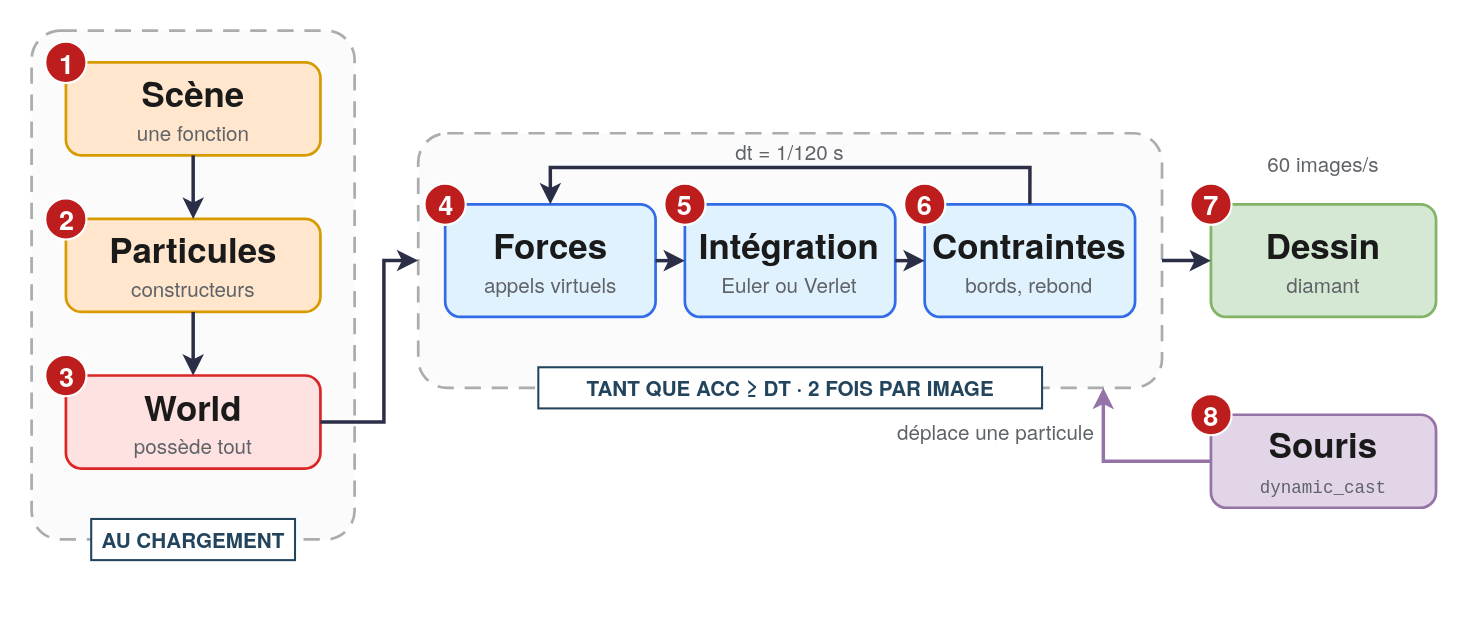
This is assets/presentation/schemas/parcours.drawio from Audr1c/POOProject, a draw.io file, before an edit. Source tidied: cells renumbered, new cells numbered last; positions are measured from the earlier drawing's top-left corner, leaving out a move shared by most shapes. Both pictures are drawn from the tidied source at 129%, with x=0, y=0 at pixel (31, 30).
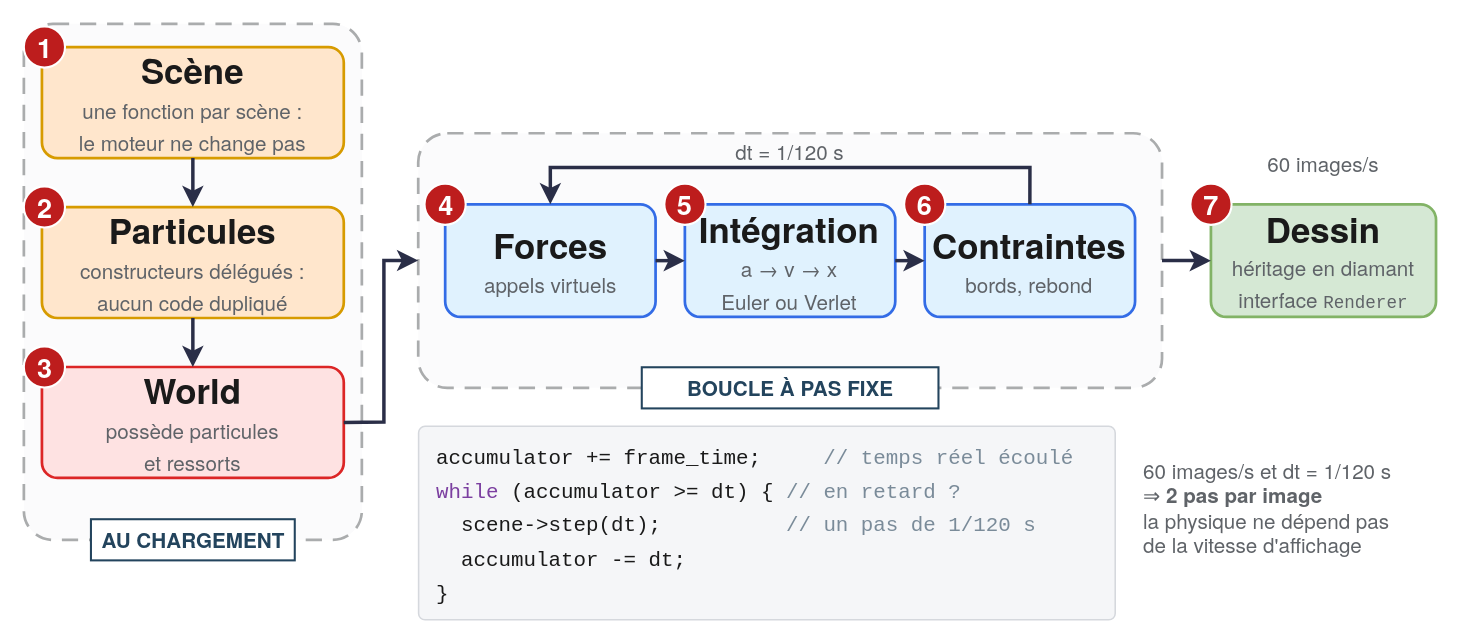
The same diagram, later.

The change refers to these unchanged cells:
```xml
<mxCell id="12" style="rounded=1;absoluteArcSize=1;arcSize=45;html=1;fillColor=#FBFBFC;strokeColor=#AAACAD;strokeWidth=2.1;dashed=1;dashPattern=6 4;" parent="1" vertex="1">
  <mxGeometry x="299.7" y="79.8" width="576.6" height="197.3" as="geometry" />
</mxCell>
```

What changed in the source:
```diff
@@
     <mxCell id="2" style="rounded=1;absoluteArcSize=1;arcSize=45;html=1;fillColor=#FBFBFC;strokeColor=#AAACAD;strokeWidth=2.1;dashed=1;dashPattern=6 4;" parent="1" vertex="1">
-      <mxGeometry y="0.2" width="250.4" height="394.5" as="geometry" />
+      <mxGeometry x="-6" y="-5" width="262" height="400" as="geometry" />
     </mxCell>
     <mxCell id="3" value="AU CHARGEMENT" style="rounded=0;html=1;fillColor=#FFFFFF;strokeColor=#23445D;strokeWidth=1.6;fontFamily=TeX Gyre Heros,Helvetica,Arial;fontSize=16;fontStyle=1;fontColor=#23445D;" parent="1" vertex="1">
-      <mxGeometry x="46.2" y="378.8" width="158" height="31.9" as="geometry" />
+      <mxGeometry x="46" y="379" width="158" height="31.9" as="geometry" />
     </mxCell>
-    <mxCell id="4" value="&lt;b&gt;&lt;span style=&quot;font-size:27px&quot;&gt;Scène&lt;/span&gt;&lt;/b&gt;&lt;br&gt;&lt;span style=&quot;font-size:16px;color:#5F6368&quot;&gt;une fonction&lt;/span&gt;" style="rounded=1;absoluteArcSize=1;arcSize=24;whiteSpace=wrap;html=1;fillColor=#FFE6CC;strokeColor=#D79B00;strokeWidth=2.1;fontFamily=TeX Gyre Heros,Helvetica,Arial;fontSize=21;fontColor=#1A1A1A;align=center;verticalAlign=middle;spacingLeft=6;spacingRight=6;" parent="1" vertex="1">
-      <mxGeometry x="26.6" y="24.8" width="197.3" height="72.1" as="geometry" />
+    <mxCell id="4" value="&lt;b&gt;&lt;span style=&quot;font-size:27px&quot;&gt;Scène&lt;/span&gt;&lt;/b&gt;&lt;br&gt;&lt;span style=&quot;font-size:16px;color:#5F6368&quot;&gt;une fonction par scène :&lt;br&gt;le moteur ne change pas&lt;/span&gt;" style="rounded=1;absoluteArcSize=1;arcSize=24;whiteSpace=wrap;html=1;fillColor=#FFE6CC;strokeColor=#D79B00;strokeWidth=2.1;fontFamily=TeX Gyre Heros,Helvetica,Arial;fontSize=21;fontColor=#1A1A1A;align=center;verticalAlign=middle;spacingLeft=6;spacingRight=6;" parent="1" vertex="1">
+      <mxGeometry x="8" y="13" width="234" height="86" as="geometry" />
     </mxCell>
     <mxCell id="5" value="1" style="ellipse;html=1;fillColor=#BD1D1D;strokeColor=#FFFFFF;strokeWidth=1.6;fontColor=#FFFFFF;fontFamily=TeX Gyre Heros,Helvetica,Arial;fontSize=21;fontStyle=1;" parent="1" vertex="1">
-      <mxGeometry x="10.6" y="8.9" width="31.9" height="31.9" as="geometry" />
+      <mxGeometry x="-6" y="-3" width="31.9" height="31.9" as="geometry" />
     </mxCell>
-    <mxCell id="6" value="&lt;b&gt;&lt;span style=&quot;font-size:27px&quot;&gt;Particules&lt;/span&gt;&lt;/b&gt;&lt;br&gt;&lt;span style=&quot;font-size:16px;color:#5F6368&quot;&gt;constructeurs&lt;/span&gt;" style="rounded=1;absoluteArcSize=1;arcSize=24;whiteSpace=wrap;html=1;fillColor=#FFE6CC;strokeColor=#D79B00;strokeWidth=2.1;fontFamily=TeX Gyre Heros,Helvetica,Arial;fontSize=21;fontColor=#1A1A1A;align=center;verticalAlign=middle;spacingLeft=6;spacingRight=6;" parent="1" vertex="1">
-      <mxGeometry x="26.6" y="146.2" width="197.3" height="72.1" as="geometry" />
+    <mxCell id="6" value="&lt;b&gt;&lt;span style=&quot;font-size:27px&quot;&gt;Particules&lt;/span&gt;&lt;/b&gt;&lt;br&gt;&lt;span style=&quot;font-size:16px;color:#5F6368&quot;&gt;constructeurs délégués :&lt;br&gt;aucun code dupliqué&lt;/span&gt;" style="rounded=1;absoluteArcSize=1;arcSize=24;whiteSpace=wrap;html=1;fillColor=#FFE6CC;strokeColor=#D79B00;strokeWidth=2.1;fontFamily=TeX Gyre Heros,Helvetica,Arial;fontSize=21;fontColor=#1A1A1A;align=center;verticalAlign=middle;spacingLeft=6;spacingRight=6;" parent="1" vertex="1">
+      <mxGeometry x="8" y="137" width="234" height="86" as="geometry" />
     </mxCell>
     <mxCell id="7" value="2" style="ellipse;html=1;fillColor=#BD1D1D;strokeColor=#FFFFFF;strokeWidth=1.6;fontColor=#FFFFFF;fontFamily=TeX Gyre Heros,Helvetica,Arial;fontSize=21;fontStyle=1;" parent="1" vertex="1">
-      <mxGeometry x="10.6" y="130.3" width="31.9" height="31.9" as="geometry" />
+      <mxGeometry x="-6" y="121" width="31.9" height="31.9" as="geometry" />
     </mxCell>
-    <mxCell id="8" value="&lt;b&gt;&lt;span style=&quot;font-size:27px&quot;&gt;World&lt;/span&gt;&lt;/b&gt;&lt;br&gt;&lt;span style=&quot;font-size:16px;color:#5F6368&quot;&gt;possède tout&lt;/span&gt;" style="rounded=1;absoluteArcSize=1;arcSize=24;whiteSpace=wrap;html=1;fillColor=#FEE2E2;strokeColor=#DC2626;strokeWidth=2.1;fontFamily=TeX Gyre Heros,Helvetica,Arial;fontSize=21;fontColor=#1A1A1A;align=center;verticalAlign=middle;spacingLeft=6;spacingRight=6;" parent="1" vertex="1">
-      <mxGeometry x="26.6" y="267.6" width="197.3" height="72.1" as="geometry" />
+    <mxCell id="8" value="&lt;b&gt;&lt;span style=&quot;font-size:27px&quot;&gt;World&lt;/span&gt;&lt;/b&gt;&lt;br&gt;&lt;span style=&quot;font-size:16px;color:#5F6368&quot;&gt;possède particules&lt;br&gt;et ressorts&lt;/span&gt;" style="rounded=1;absoluteArcSize=1;arcSize=24;whiteSpace=wrap;html=1;fillColor=#FEE2E2;strokeColor=#DC2626;strokeWidth=2.1;fontFamily=TeX Gyre Heros,Helvetica,Arial;fontSize=21;fontColor=#1A1A1A;align=center;verticalAlign=middle;spacingLeft=6;spacingRight=6;" parent="1" vertex="1">
+      <mxGeometry x="8" y="261" width="234" height="86" as="geometry" />
     </mxCell>
     <mxCell id="9" value="3" style="ellipse;html=1;fillColor=#BD1D1D;strokeColor=#FFFFFF;strokeWidth=1.6;fontColor=#FFFFFF;fontFamily=TeX Gyre Heros,Helvetica,Arial;fontSize=21;fontStyle=1;" parent="1" vertex="1">
-      <mxGeometry x="10.6" y="251.7" width="31.9" height="31.9" as="geometry" />
+      <mxGeometry x="-6" y="245" width="31.9" height="31.9" as="geometry" />
     </mxCell>
@@
-    <mxCell id="13" value="TANT QUE ACC ≥ DT · 2 FOIS PAR IMAGE" style="rounded=0;html=1;fillColor=#FFFFFF;strokeColor=#23445D;strokeWidth=1.6;fontFamily=TeX Gyre Heros,Helvetica,Arial;fontSize=16;fontStyle=1;fontColor=#23445D;" parent="1" vertex="1">
-      <mxGeometry x="392.8" y="261.2" width="390.5" height="31.9" as="geometry" />
+    <mxCell id="13" value="BOUCLE À PAS FIXE" style="rounded=0;html=1;fillColor=#FFFFFF;strokeColor=#23445D;strokeWidth=1.6;fontFamily=TeX Gyre Heros,Helvetica,Arial;fontSize=16;fontStyle=1;fontColor=#23445D;" parent="1" vertex="1">
+      <mxGeometry x="473" y="261.2" width="230" height="31.9" as="geometry" />
     </mxCell>
@@
-    <mxCell id="16" value="&lt;b&gt;&lt;span style=&quot;font-size:27px&quot;&gt;Intégration&lt;/span&gt;&lt;/b&gt;&lt;br&gt;&lt;span style=&quot;font-size:16px;color:#5F6368&quot;&gt;Euler ou Verlet&lt;/span&gt;" style="rounded=1;absoluteArcSize=1;arcSize=24;whiteSpace=wrap;html=1;fillColor=#E0F2FE;strokeColor=#336CE6;strokeWidth=2.1;fontFamily=TeX Gyre Heros,Helvetica,Arial;fontSize=21;fontColor=#1A1A1A;align=center;verticalAlign=middle;spacingLeft=6;spacingRight=6;" parent="1" vertex="1">
+    <mxCell id="16" value="&lt;b&gt;&lt;span style=&quot;font-size:27px&quot;&gt;Intégration&lt;/span&gt;&lt;/b&gt;&lt;br&gt;&lt;span style=&quot;font-size:16px;color:#5F6368&quot;&gt;a → v → x&lt;br&gt;Euler ou Verlet&lt;/span&gt;" style="rounded=1;absoluteArcSize=1;arcSize=24;whiteSpace=wrap;html=1;fillColor=#E0F2FE;strokeColor=#336CE6;strokeWidth=2.1;fontFamily=TeX Gyre Heros,Helvetica,Arial;fontSize=21;fontColor=#1A1A1A;align=center;verticalAlign=middle;spacingLeft=6;spacingRight=6;" parent="1" vertex="1">
       <mxGeometry x="506.4" y="134.9" width="163.1" height="87.3" as="geometry" />
     </mxCell>
@@
-    <mxCell id="25" value="&lt;b&gt;&lt;span style=&quot;font-size:27px&quot;&gt;Dessin&lt;/span&gt;&lt;/b&gt;&lt;br&gt;&lt;span style=&quot;font-size:16px;color:#5F6368&quot;&gt;diamant&lt;/span&gt;" style="rounded=1;absoluteArcSize=1;arcSize=24;whiteSpace=wrap;html=1;fillColor=#D5E8D4;strokeColor=#82B366;strokeWidth=2.1;fontFamily=TeX Gyre Heros,Helvetica,Arial;fontSize=21;fontColor=#1A1A1A;align=center;verticalAlign=middle;spacingLeft=6;spacingRight=6;" parent="1" vertex="1">
+    <mxCell id="25" value="&lt;b&gt;&lt;span style=&quot;font-size:27px&quot;&gt;Dessin&lt;/span&gt;&lt;/b&gt;&lt;br&gt;&lt;span style=&quot;font-size:16px;color:#5F6368&quot;&gt;héritage en diamant&lt;br&gt;interface &lt;span style=&quot;font-family:Fira Mono,Consolas,monospace;font-size:85%&quot;&gt;Renderer&lt;/span&gt;&lt;/span&gt;" style="rounded=1;absoluteArcSize=1;arcSize=24;whiteSpace=wrap;html=1;fillColor=#D5E8D4;strokeColor=#82B366;strokeWidth=2.1;fontFamily=TeX Gyre Heros,Helvetica,Arial;fontSize=21;fontColor=#1A1A1A;align=center;verticalAlign=middle;spacingLeft=6;spacingRight=6;" parent="1" vertex="1">
       <mxGeometry x="914.2" y="134.9" width="174.5" height="87.3" as="geometry" />
     </mxCell>
@@
-    <mxCell id="29" value="&lt;b&gt;&lt;span style=&quot;font-size:27px&quot;&gt;Souris&lt;/span&gt;&lt;/b&gt;&lt;br&gt;&lt;span style=&quot;font-size:16px;color:#5F6368&quot;&gt;&lt;span style=&quot;font-family:Fira Mono,Consolas,monospace;font-size:85%&quot;&gt;dynamic_cast&lt;/span&gt;&lt;/span&gt;" style="rounded=1;absoluteArcSize=1;arcSize=24;whiteSpace=wrap;html=1;fillColor=#E1D5E7;strokeColor=#9673A6;strokeWidth=2.1;fontFamily=TeX Gyre Heros,Helvetica,Arial;fontSize=21;fontColor=#1A1A1A;align=center;verticalAlign=middle;spacingLeft=6;spacingRight=6;" parent="1" vertex="1">
-      <mxGeometry x="914.2" y="298" width="174.5" height="72.1" as="geometry" />
-    </mxCell>
-    <mxCell id="30" value="8" style="ellipse;html=1;fillColor=#BD1D1D;strokeColor=#FFFFFF;strokeWidth=1.6;fontColor=#FFFFFF;fontFamily=TeX Gyre Heros,Helvetica,Arial;fontSize=21;fontStyle=1;" parent="1" vertex="1">
-      <mxGeometry x="898.3" y="282" width="31.9" height="31.9" as="geometry" />
-    </mxCell>
-    <mxCell id="31" style="edgeStyle=none;html=1;rounded=0;strokeColor=#9673A6;strokeWidth=2.7;endArrow=classic;endFill=1;endSize=8;exitX=0;exitY=0.5;exitDx=0;exitDy=0;entryX=0.9211;entryY=1.0;entryDx=0;entryDy=0;" parent="1" edge="1" source="29" target="12">
-      <mxGeometry relative="1" as="geometry">
-        <Array as="points">
-          <mxPoint x="830.8" y="334" />
-        </Array>
-      </mxGeometry>
-    </mxCell>
-    <mxCell id="32" value="déplace une particule" style="text;html=1;whiteSpace=wrap;align=right;verticalAlign=middle;fontFamily=TeX Gyre Heros,Helvetica,Arial;fontSize=16;fontColor=#5F6368;spacing=0;" parent="1" vertex="1">
-      <mxGeometry x="660.6" y="298.2" width="162.6" height="26.1" as="geometry" />
-    </mxCell>
+    <mxCell id="33" value="&lt;div style=&quot;text-align:left;line-height:1.25&quot;&gt;&lt;span style=&quot;font-family:Fira Mono,Consolas,monospace;font-size:85%&quot;&gt;accumulator += frame_time;&amp;nbsp;&amp;nbsp;&amp;nbsp;&amp;nbsp;&amp;nbsp;&lt;span style=&quot;color:#7A8B99&quot;&gt;// temps réel écoulé&lt;/span&gt;&lt;/span&gt;&lt;br&gt;&lt;span style=&quot;font-family:Fira Mono,Consolas,monospace;font-size:85%&quot;&gt;&lt;span style=&quot;color:#7B3FA0&quot;&gt;while&lt;/span&gt; (accumulator &amp;gt;= dt) {&amp;nbsp;&lt;span style=&quot;color:#7A8B99&quot;&gt;// en retard ?&lt;/span&gt;&lt;/span&gt;&lt;br&gt;&lt;span style=&quot;font-family:Fira Mono,Consolas,monospace;font-size:85%&quot;&gt;&amp;nbsp;&amp;nbsp;scene-&amp;gt;step(dt);&amp;nbsp;&amp;nbsp;&amp;nbsp;&amp;nbsp;&amp;nbsp;&amp;nbsp;&amp;nbsp;&amp;nbsp;&amp;nbsp;&amp;nbsp;&lt;span style=&quot;color:#7A8B99&quot;&gt;// un pas de 1/120 s&lt;/span&gt;&lt;/span&gt;&lt;br&gt;&lt;span style=&quot;font-family:Fira Mono,Consolas,monospace;font-size:85%&quot;&gt;&amp;nbsp;&amp;nbsp;accumulator -= dt;&lt;/span&gt;&lt;br&gt;&lt;span style=&quot;font-family:Fira Mono,Consolas,monospace;font-size:85%&quot;&gt;}&lt;/span&gt;&lt;/div&gt;" style="rounded=1;absoluteArcSize=1;arcSize=10;whiteSpace=wrap;html=1;fillColor=#F5F6F8;strokeColor=#D5D8DD;strokeWidth=1.2;fontFamily=TeX Gyre Heros,Helvetica,Arial;fontSize=19;fontColor=#1A1A1A;align=left;verticalAlign=middle;spacingLeft=12;spacingRight=8;" parent="1" vertex="1">
+      <mxGeometry x="300" y="307" width="540" height="150" as="geometry" />
+    </mxCell>
+    <mxCell id="34" value="60 images/s et dt = 1/120 s&lt;br&gt;⇒ &lt;b&gt;2 pas par image&lt;/b&gt;&lt;br&gt;la physique ne dépend pas&lt;br&gt;de la vitesse d'affichage" style="text;html=1;whiteSpace=wrap;align=left;verticalAlign=middle;fontFamily=TeX Gyre Heros,Helvetica,Arial;fontSize=16;fontColor=#5F6368;spacing=0;" parent="1" vertex="1">
+      <mxGeometry x="862" y="315" width="230" height="110" as="geometry" />
+    </mxCell>
```
